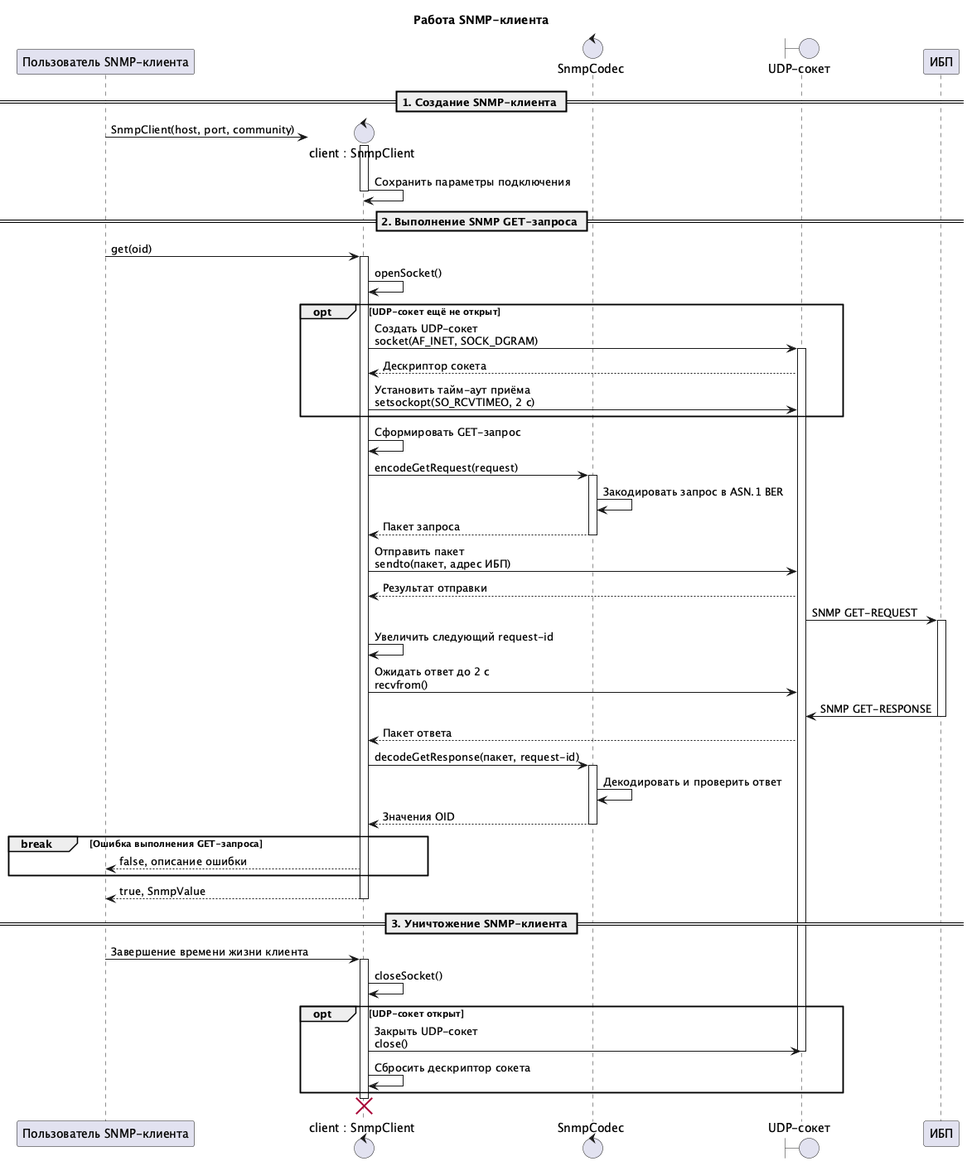
This is docs/technical_specification/snmp_client_sequence.png from dvbgmdev-otus/ups_monitor, a PlantUML export, as it was before one commit.
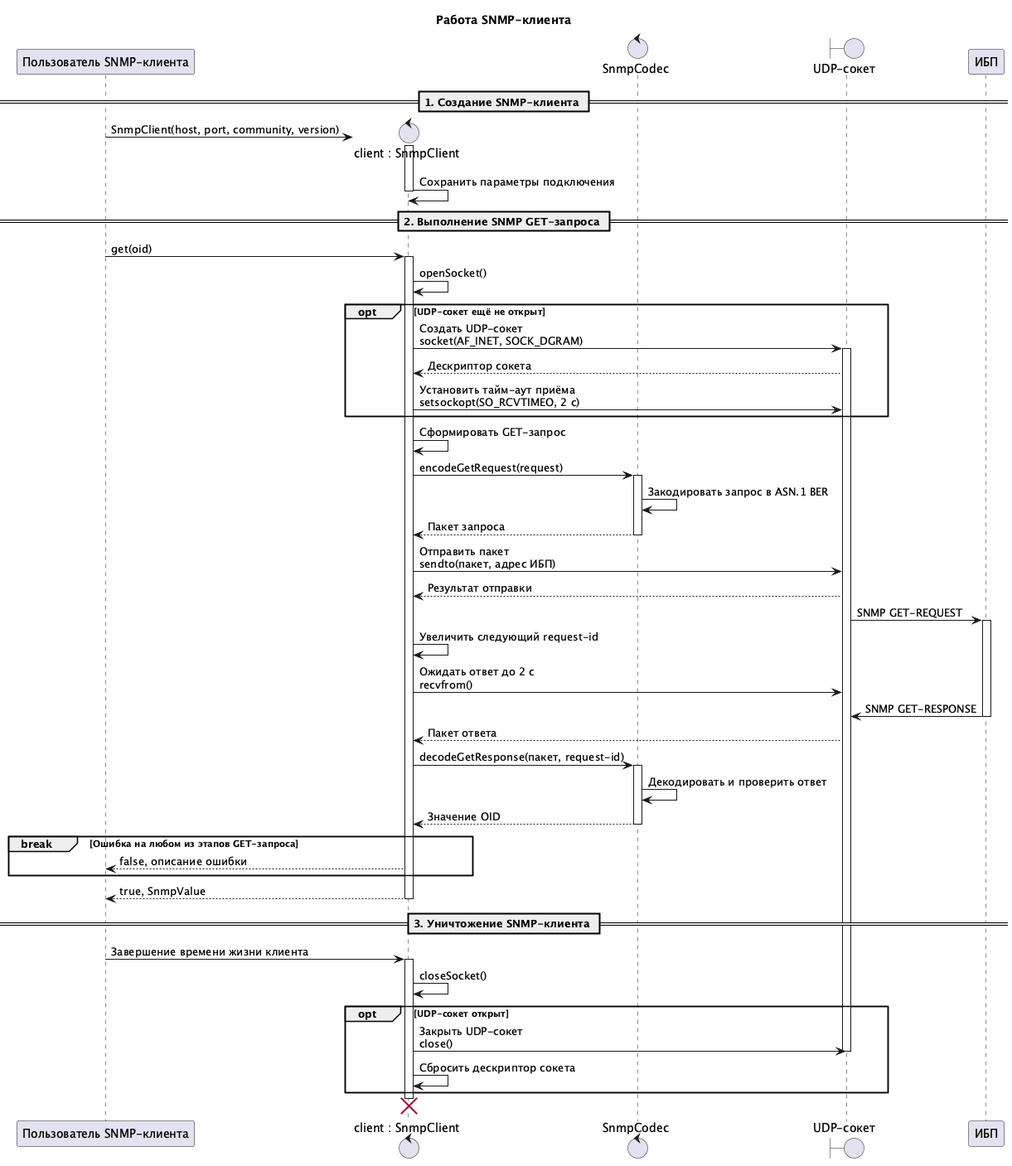
The same diagram one commit later.

Commit message:
docs(snmp): актуализирована диаграмма работы клиента

Diff of the diagram source:
```diff
@@ -6,7 +6,7 @@
 == 1. Создание SNMP-клиента ==
 
 create control "client : SnmpClient" as Client
-User -> Client: SnmpClient(host, port, community)
+User -> Client: SnmpClient(host, port, community, version)
 activate Client
 Client -> Client: Сохранить параметры подключения
 deactivate Client
@@ -51,10 +51,10 @@
 Client -> Codec: decodeGetResponse(пакет, request-id)
 activate Codec
 Codec -> Codec: Декодировать и проверить ответ
-Codec --> Client: Значения OID
+Codec --> Client: Значение OID
 deactivate Codec
 
-break Ошибка выполнения GET-запроса
+break Ошибка на любом из этапов GET-запроса
     Client --> User: false, описание ошибки
 end
 
```
